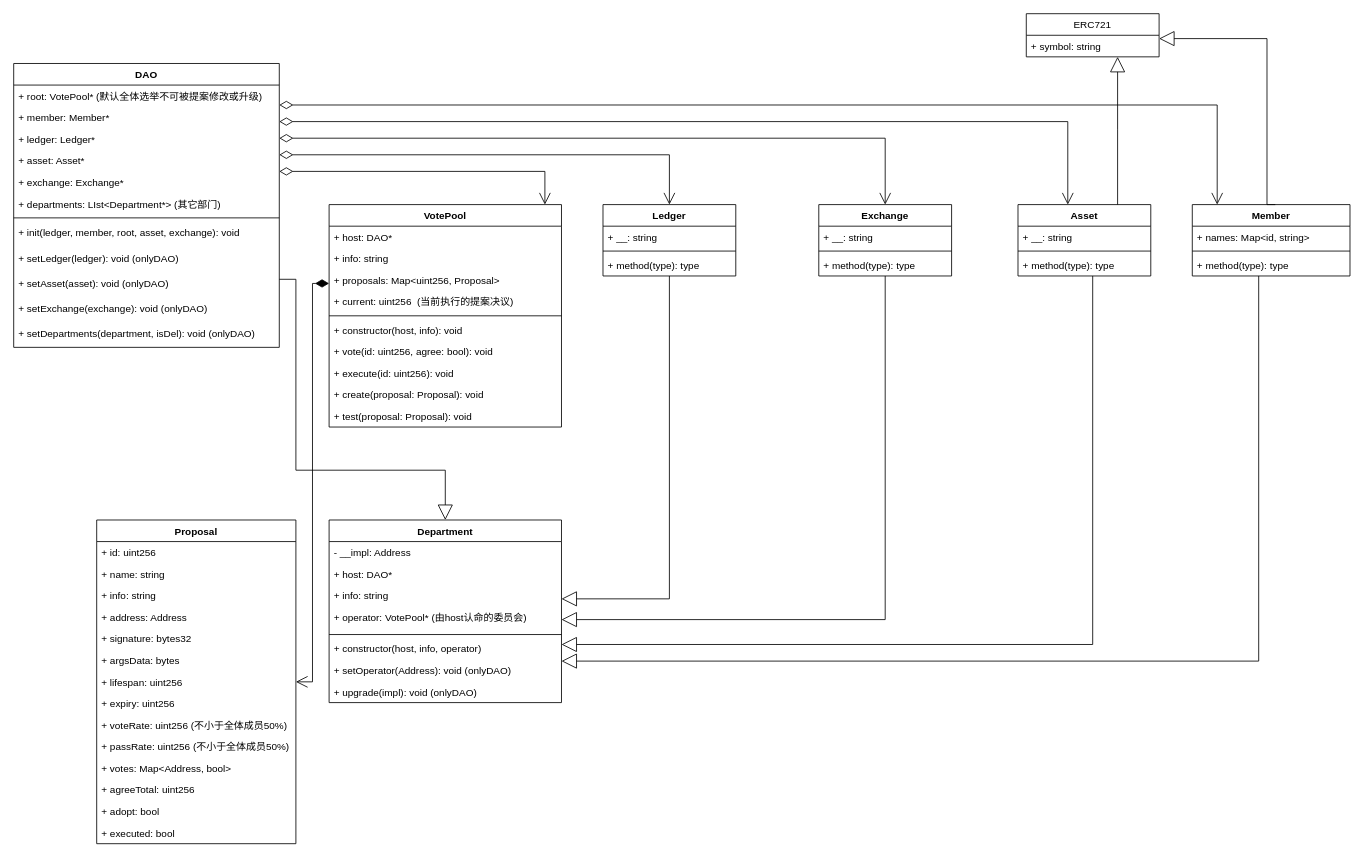
NFTSwap/diagrams keeps this draw.io diagram as page "Page-1" (1 of 2) of contracts.drawio. Above is the earlier version. Source tidied: cells renumbered, new cells numbered last; positions are measured from the earlier drawing's top-left corner, leaving out a move shared by most shapes. Both pictures are drawn from the tidied source at 83%, with x=0, y=0 at pixel (13, 13).
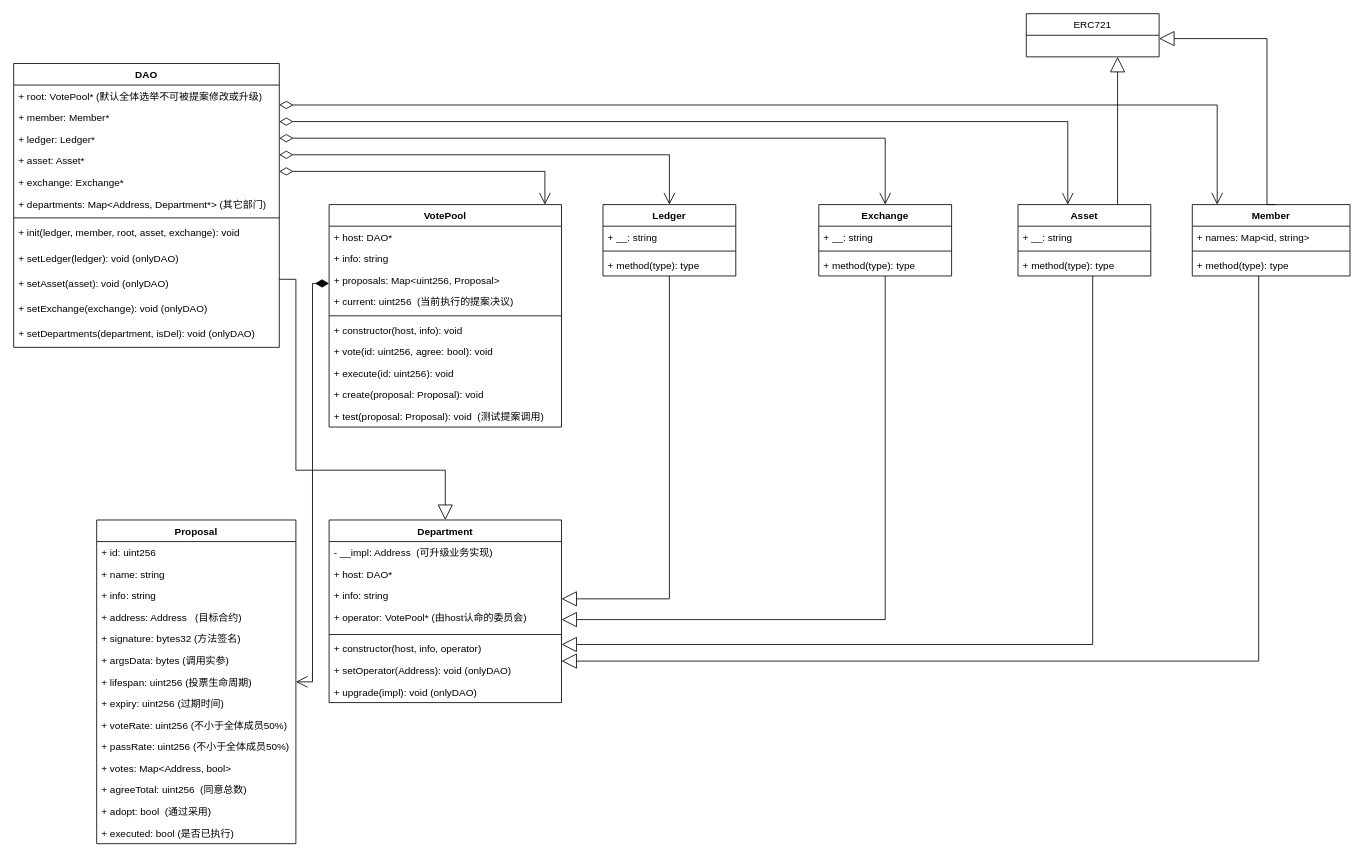
After the change.

The change refers to these unchanged cells:
```xml
<mxCell id="2" value="DAO" style="swimlane;fontStyle=1;align=center;verticalAlign=top;horizontal=1;startSize=26;" parent="1" vertex="1">
  <mxGeometry y="60" width="320" height="342" as="geometry" />
</mxCell>
<mxCell id="15" value="ERC721" style="swimlane;fontStyle=0;horizontal=1;startSize=26;fillColor=none;" parent="1" vertex="1">
  <mxGeometry x="1220" width="160" height="52" as="geometry" />
</mxCell>
<mxCell id="34" value="VotePool" style="swimlane;fontStyle=1;align=center;verticalAlign=top;horizontal=1;startSize=26;" parent="1" vertex="1">
  <mxGeometry x="380" y="230" width="280" height="268" as="geometry" />
</mxCell>
<mxCell id="51" value="Proposal" style="swimlane;fontStyle=1;align=center;verticalAlign=top;horizontal=1;startSize=26;" parent="1" vertex="1">
  <mxGeometry x="100" y="610" width="240" height="390" as="geometry" />
</mxCell>
<mxCell id="67" value="Department" style="swimlane;fontStyle=1;align=center;verticalAlign=top;horizontal=1;startSize=26;" parent="1" vertex="1">
  <mxGeometry x="380" y="610" width="280" height="220" as="geometry" />
</mxCell>
```

Change to the diagram source:
```diff
@@
-    <mxCell id="8" value="+ departments: LIst&lt;Department*&gt; (其它部门)" style="text;strokeColor=none;fillColor=none;align=left;verticalAlign=top;spacingLeft=4;spacingRight=4;overflow=hidden;" parent="2" vertex="1">
+    <mxCell id="8" value="+ departments: Map&lt;Address, Department*&gt; (其它部门)" style="text;strokeColor=none;fillColor=none;align=left;verticalAlign=top;spacingLeft=4;spacingRight=4;overflow=hidden;" parent="2" vertex="1">
       <mxGeometry y="156" width="320" height="26" as="geometry" />
     </mxCell>
@@
-    <mxCell id="16" value="+ symbol: string" style="text;strokeColor=none;fillColor=none;align=left;verticalAlign=top;spacingLeft=4;spacingRight=4;overflow=hidden;" parent="15" vertex="1">
-      <mxGeometry y="26" width="160" height="26" as="geometry" />
-    </mxCell>
@@
-    <mxCell id="44" value="+ test(proposal: Proposal): void" style="text;strokeColor=none;fillColor=none;align=left;verticalAlign=top;spacingLeft=4;spacingRight=4;overflow=hidden;" parent="34" vertex="1">
+    <mxCell id="44" value="+ test(proposal: Proposal): void  (测试提案调用)" style="text;strokeColor=none;fillColor=none;align=left;verticalAlign=top;spacingLeft=4;spacingRight=4;overflow=hidden;" parent="34" vertex="1">
       <mxGeometry y="242" width="280" height="26" as="geometry" />
     </mxCell>
@@
-    <mxCell id="55" value="+ address: Address" style="text;strokeColor=none;fillColor=none;align=left;verticalAlign=top;spacingLeft=4;spacingRight=4;overflow=hidden;" parent="51" vertex="1">
+    <mxCell id="55" value="+ address: Address   (目标合约)" style="text;strokeColor=none;fillColor=none;align=left;verticalAlign=top;spacingLeft=4;spacingRight=4;overflow=hidden;" parent="51" vertex="1">
       <mxGeometry y="104" width="240" height="26" as="geometry" />
     </mxCell>
-    <mxCell id="56" value="+ signature: bytes32" style="text;strokeColor=none;fillColor=none;align=left;verticalAlign=top;spacingLeft=4;spacingRight=4;overflow=hidden;" parent="51" vertex="1">
+    <mxCell id="56" value="+ signature: bytes32 (方法签名)" style="text;strokeColor=none;fillColor=none;align=left;verticalAlign=top;spacingLeft=4;spacingRight=4;overflow=hidden;" parent="51" vertex="1">
       <mxGeometry y="130" width="240" height="26" as="geometry" />
     </mxCell>
-    <mxCell id="57" value="+ argsData: bytes" style="text;strokeColor=none;fillColor=none;align=left;verticalAlign=top;spacingLeft=4;spacingRight=4;overflow=hidden;" parent="51" vertex="1">
+    <mxCell id="57" value="+ argsData: bytes (调用实参)" style="text;strokeColor=none;fillColor=none;align=left;verticalAlign=top;spacingLeft=4;spacingRight=4;overflow=hidden;" parent="51" vertex="1">
       <mxGeometry y="156" width="240" height="26" as="geometry" />
     </mxCell>
-    <mxCell id="58" value="+ lifespan: uint256" style="text;strokeColor=none;fillColor=none;align=left;verticalAlign=top;spacingLeft=4;spacingRight=4;overflow=hidden;" parent="51" vertex="1">
+    <mxCell id="58" value="+ lifespan: uint256 (投票生命周期)" style="text;strokeColor=none;fillColor=none;align=left;verticalAlign=top;spacingLeft=4;spacingRight=4;overflow=hidden;" parent="51" vertex="1">
       <mxGeometry y="182" width="240" height="26" as="geometry" />
     </mxCell>
-    <mxCell id="59" value="+ expiry: uint256" style="text;strokeColor=none;fillColor=none;align=left;verticalAlign=top;spacingLeft=4;spacingRight=4;overflow=hidden;" parent="51" vertex="1">
+    <mxCell id="59" value="+ expiry: uint256 (过期时间)" style="text;strokeColor=none;fillColor=none;align=left;verticalAlign=top;spacingLeft=4;spacingRight=4;overflow=hidden;" parent="51" vertex="1">
       <mxGeometry y="208" width="240" height="26" as="geometry" />
     </mxCell>
@@
-    <mxCell id="63" value="+ agreeTotal: uint256" style="text;strokeColor=none;fillColor=none;align=left;verticalAlign=top;spacingLeft=4;spacingRight=4;overflow=hidden;" parent="51" vertex="1">
+    <mxCell id="63" value="+ agreeTotal: uint256  (同意总数)" style="text;strokeColor=none;fillColor=none;align=left;verticalAlign=top;spacingLeft=4;spacingRight=4;overflow=hidden;" parent="51" vertex="1">
       <mxGeometry y="312" width="240" height="26" as="geometry" />
     </mxCell>
-    <mxCell id="64" value="+ adopt: bool" style="text;strokeColor=none;fillColor=none;align=left;verticalAlign=top;spacingLeft=4;spacingRight=4;overflow=hidden;" parent="51" vertex="1">
+    <mxCell id="64" value="+ adopt: bool  (通过采用)" style="text;strokeColor=none;fillColor=none;align=left;verticalAlign=top;spacingLeft=4;spacingRight=4;overflow=hidden;" parent="51" vertex="1">
       <mxGeometry y="338" width="240" height="26" as="geometry" />
     </mxCell>
-    <mxCell id="65" value="+ executed: bool" style="text;strokeColor=none;fillColor=none;align=left;verticalAlign=top;spacingLeft=4;spacingRight=4;overflow=hidden;" parent="51" vertex="1">
+    <mxCell id="65" value="+ executed: bool (是否已执行)" style="text;strokeColor=none;fillColor=none;align=left;verticalAlign=top;spacingLeft=4;spacingRight=4;overflow=hidden;" parent="51" vertex="1">
       <mxGeometry y="364" width="240" height="26" as="geometry" />
     </mxCell>
@@
-    <mxCell id="68" value="- __impl: Address" style="text;strokeColor=none;fillColor=none;align=left;verticalAlign=top;spacingLeft=4;spacingRight=4;overflow=hidden;" parent="67" vertex="1">
+    <mxCell id="68" value="- __impl: Address  (可升级业务实现)" style="text;strokeColor=none;fillColor=none;align=left;verticalAlign=top;spacingLeft=4;spacingRight=4;overflow=hidden;" parent="67" vertex="1">
       <mxGeometry y="26" width="280" height="26" as="geometry" />
     </mxCell>
```
